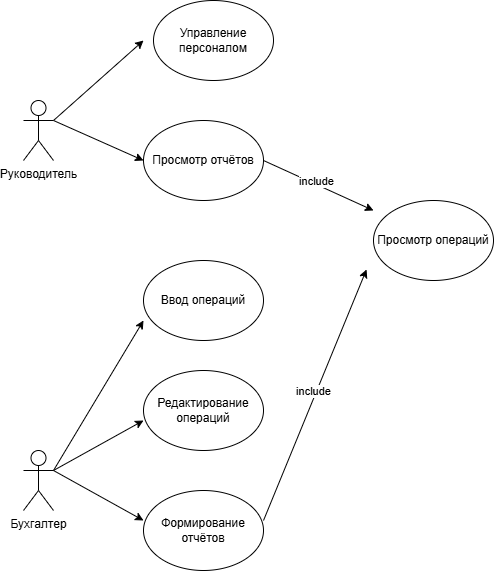
The draw.io diagram docs/use.png in Plxxry/Finance_Helper, before a commit. Source tidied: cells renumbered, new cells last; positions are measured from the earlier drawing's top-left corner, leaving out a move shared by most shapes. Source of this version:
```xml
<mxGraphModel>
  <root>
    <mxCell id="0" />
    <mxCell id="1" parent="0" />
    <mxCell id="2" value="Руководитель" style="shape=umlActor;verticalLabelPosition=bottom;verticalAlign=top;html=1;outlineConnect=0;" parent="1" vertex="1">
      <mxGeometry y="100" width="30" height="60" as="geometry" />
    </mxCell>
    <mxCell id="3" value="Бухгалтер" style="shape=umlActor;verticalLabelPosition=bottom;verticalAlign=top;html=1;outlineConnect=0;" parent="1" vertex="1">
      <mxGeometry y="450" width="30" height="60" as="geometry" />
    </mxCell>
    <mxCell id="4" style="endArrow=classic;html=1;rounded=0;entryX=0;entryY=0.5;entryDx=0;entryDy=0;exitX=1;exitY=0.3333333333333333;exitDx=0;exitDy=0;exitPerimeter=0;" parent="1" edge="1" source="3">
      <mxGeometry relative="1" as="geometry">
        <mxPoint x="120" y="320" as="targetPoint" />
      </mxGeometry>
    </mxCell>
    <mxCell id="5" style="endArrow=classic;html=1;rounded=0;entryX=0;entryY=0.5;entryDx=0;entryDy=0;exitX=1;exitY=0.3333333333333333;exitDx=0;exitDy=0;exitPerimeter=0;" parent="1" edge="1" source="3">
      <mxGeometry relative="1" as="geometry">
        <mxPoint x="120" y="420" as="targetPoint" />
      </mxGeometry>
    </mxCell>
    <mxCell id="6" style="endArrow=classic;html=1;rounded=0;entryX=0;entryY=0.5;entryDx=0;entryDy=0;exitX=1;exitY=0.3333333333333333;exitDx=0;exitDy=0;exitPerimeter=0;" parent="1" edge="1" source="3">
      <mxGeometry relative="1" as="geometry">
        <mxPoint x="120" y="520" as="targetPoint" />
      </mxGeometry>
    </mxCell>
    <mxCell id="7" style="endArrow=classic;html=1;rounded=0;exitX=1;exitY=0.5;exitDx=0;exitDy=0;entryX=0.442;entryY=0.983;entryDx=0;entryDy=0;entryPerimeter=0;" parent="1" edge="1">
      <mxGeometry relative="1" as="geometry">
        <mxPoint x="240" y="520" as="sourcePoint" />
        <mxPoint x="343" y="269" as="targetPoint" />
      </mxGeometry>
    </mxCell>
    <mxCell id="8" value="include" style="edgeLabel;html=1;align=center;verticalAlign=middle;" parent="7" vertex="1">
      <mxGeometry relative="1" as="geometry">
        <mxPoint x="-2" y="-4" as="offset" />
      </mxGeometry>
    </mxCell>
    <mxCell id="9" style="endArrow=classic;html=1;rounded=0;exitX=1;exitY=0.3333333333333333;exitDx=0;exitDy=0;exitPerimeter=0;entryX=0;entryY=0.5;entryDx=0;entryDy=0;" parent="1" edge="1" source="2">
      <mxGeometry relative="1" as="geometry">
        <mxPoint x="120" y="40" as="targetPoint" />
      </mxGeometry>
    </mxCell>
    <mxCell id="10" style="endArrow=classic;html=1;rounded=0;entryX=0;entryY=0.5;entryDx=0;entryDy=0;" parent="1" edge="1">
      <mxGeometry relative="1" as="geometry">
        <mxPoint x="30" y="120" as="sourcePoint" />
        <mxPoint x="120" y="160" as="targetPoint" />
      </mxGeometry>
    </mxCell>
    <mxCell id="11" style="endArrow=classic;html=1;rounded=0;exitX=1;exitY=0.5;exitDx=0;exitDy=0;entryX=0.5;entryY=0;entryDx=0;entryDy=0;" parent="1" edge="1">
      <mxGeometry relative="1" as="geometry">
        <mxPoint x="240" y="160" as="sourcePoint" />
        <mxPoint x="350" y="210" as="targetPoint" />
      </mxGeometry>
    </mxCell>
    <mxCell id="12" value="include" style="edgeLabel;html=1;align=center;verticalAlign=middle;" parent="11" vertex="1">
      <mxGeometry relative="1" as="geometry">
        <mxPoint x="-2" y="-4" as="offset" />
      </mxGeometry>
    </mxCell>
    <mxCell id="13" value="Управление персоналом" style="ellipse;whiteSpace=wrap;html=1;" parent="1" vertex="1">
      <mxGeometry x="130" width="120" height="80" as="geometry" />
    </mxCell>
    <mxCell id="14" value="Просмотр отчётов" style="ellipse;whiteSpace=wrap;html=1;" parent="1" vertex="1">
      <mxGeometry x="120" y="120" width="120" height="80" as="geometry" />
    </mxCell>
    <mxCell id="15" value="Просмотр операций" style="ellipse;whiteSpace=wrap;html=1;" parent="1" vertex="1">
      <mxGeometry x="350" y="200" width="120" height="80" as="geometry" />
    </mxCell>
    <mxCell id="16" value="Ввод операций" style="ellipse;whiteSpace=wrap;html=1;" parent="1" vertex="1">
      <mxGeometry x="120" y="260" width="120" height="80" as="geometry" />
    </mxCell>
    <mxCell id="17" value="&lt;div&gt;Редактирование операций&lt;/div&gt;" style="ellipse;whiteSpace=wrap;html=1;" parent="1" vertex="1">
      <mxGeometry x="120" y="370" width="120" height="80" as="geometry" />
    </mxCell>
    <mxCell id="18" value="Формирование отчётов" style="ellipse;whiteSpace=wrap;html=1;" parent="1" vertex="1">
      <mxGeometry x="120" y="490" width="120" height="80" as="geometry" />
    </mxCell>
  </root>
</mxGraphModel>
```
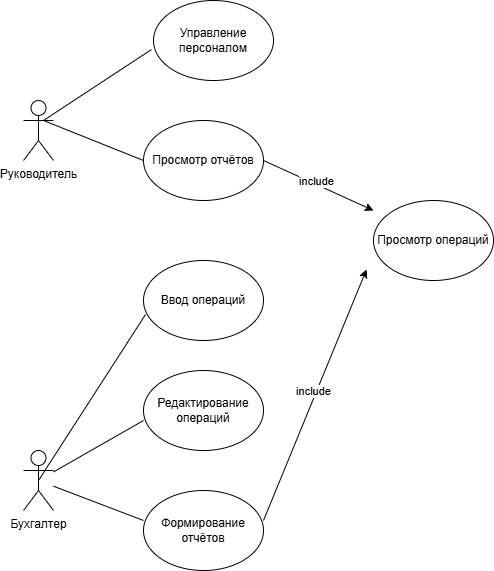
The same file after the commit.

Commit message:
create use case

What changed in the source:
```diff
@@ -8,21 +8,6 @@
     <mxCell id="3" value="Бухгалтер" style="shape=umlActor;verticalLabelPosition=bottom;verticalAlign=top;html=1;outlineConnect=0;" parent="1" vertex="1">
       <mxGeometry y="450" width="30" height="60" as="geometry" />
     </mxCell>
-    <mxCell id="4" style="endArrow=classic;html=1;rounded=0;entryX=0;entryY=0.5;entryDx=0;entryDy=0;exitX=1;exitY=0.3333333333333333;exitDx=0;exitDy=0;exitPerimeter=0;" parent="1" edge="1" source="3">
-      <mxGeometry relative="1" as="geometry">
-        <mxPoint x="120" y="320" as="targetPoint" />
-      </mxGeometry>
-    </mxCell>
-    <mxCell id="5" style="endArrow=classic;html=1;rounded=0;entryX=0;entryY=0.5;entryDx=0;entryDy=0;exitX=1;exitY=0.3333333333333333;exitDx=0;exitDy=0;exitPerimeter=0;" parent="1" edge="1" source="3">
-      <mxGeometry relative="1" as="geometry">
-        <mxPoint x="120" y="420" as="targetPoint" />
-      </mxGeometry>
-    </mxCell>
-    <mxCell id="6" style="endArrow=classic;html=1;rounded=0;entryX=0;entryY=0.5;entryDx=0;entryDy=0;exitX=1;exitY=0.3333333333333333;exitDx=0;exitDy=0;exitPerimeter=0;" parent="1" edge="1" source="3">
-      <mxGeometry relative="1" as="geometry">
-        <mxPoint x="120" y="520" as="targetPoint" />
-      </mxGeometry>
-    </mxCell>
     <mxCell id="7" style="endArrow=classic;html=1;rounded=0;exitX=1;exitY=0.5;exitDx=0;exitDy=0;entryX=0.442;entryY=0.983;entryDx=0;entryDy=0;entryPerimeter=0;" parent="1" edge="1">
       <mxGeometry relative="1" as="geometry">
         <mxPoint x="240" y="520" as="sourcePoint" />
@@ -34,17 +19,6 @@
         <mxPoint x="-2" y="-4" as="offset" />
       </mxGeometry>
     </mxCell>
-    <mxCell id="9" style="endArrow=classic;html=1;rounded=0;exitX=1;exitY=0.3333333333333333;exitDx=0;exitDy=0;exitPerimeter=0;entryX=0;entryY=0.5;entryDx=0;entryDy=0;" parent="1" edge="1" source="2">
-      <mxGeometry relative="1" as="geometry">
-        <mxPoint x="120" y="40" as="targetPoint" />
-      </mxGeometry>
-    </mxCell>
-    <mxCell id="10" style="endArrow=classic;html=1;rounded=0;entryX=0;entryY=0.5;entryDx=0;entryDy=0;" parent="1" edge="1">
-      <mxGeometry relative="1" as="geometry">
-        <mxPoint x="30" y="120" as="sourcePoint" />
-        <mxPoint x="120" y="160" as="targetPoint" />
-      </mxGeometry>
-    </mxCell>
     <mxCell id="11" style="endArrow=classic;html=1;rounded=0;exitX=1;exitY=0.5;exitDx=0;exitDy=0;entryX=0.5;entryY=0;entryDx=0;entryDy=0;" parent="1" edge="1">
       <mxGeometry relative="1" as="geometry">
         <mxPoint x="240" y="160" as="sourcePoint" />
@@ -74,5 +48,24 @@
     <mxCell id="18" value="Формирование отчётов" style="ellipse;whiteSpace=wrap;html=1;" parent="1" vertex="1">
       <mxGeometry x="120" y="490" width="120" height="80" as="geometry" />
     </mxCell>
+    <mxCell id="19" style="endArrow=none;html=1;rounded=0;exitX=-0.017;exitY=0.613;exitDx=0;exitDy=0;exitPerimeter=0;" parent="1" edge="1" source="13">
+      <mxGeometry relative="1" as="geometry">
+        <mxPoint x="120" y="160" as="targetPoint" />
+        <Array as="points">
+          <mxPoint x="20" y="120" />
+        </Array>
+      </mxGeometry>
+    </mxCell>
+    <mxCell id="20" style="endArrow=none;html=1;rounded=0;exitX=0.5;exitY=0.5;exitDx=0;exitDy=0;exitPerimeter=0;entryX=0.017;entryY=0.675;entryDx=0;entryDy=0;entryPerimeter=0;" parent="1" edge="1" source="3" target="16">
+      <mxGeometry relative="1" as="geometry" />
+    </mxCell>
+    <mxCell id="21" style="endArrow=none;html=1;rounded=0;" parent="1" edge="1" source="3">
+      <mxGeometry relative="1" as="geometry">
+        <mxPoint x="120" y="420" as="targetPoint" />
+      </mxGeometry>
+    </mxCell>
+    <mxCell id="22" style="endArrow=none;html=1;rounded=0;entryX=0;entryY=0.375;entryDx=0;entryDy=0;entryPerimeter=0;" parent="1" edge="1" source="3" target="18">
+      <mxGeometry relative="1" as="geometry" />
+    </mxCell>
   </root>
 </mxGraphModel>
```
